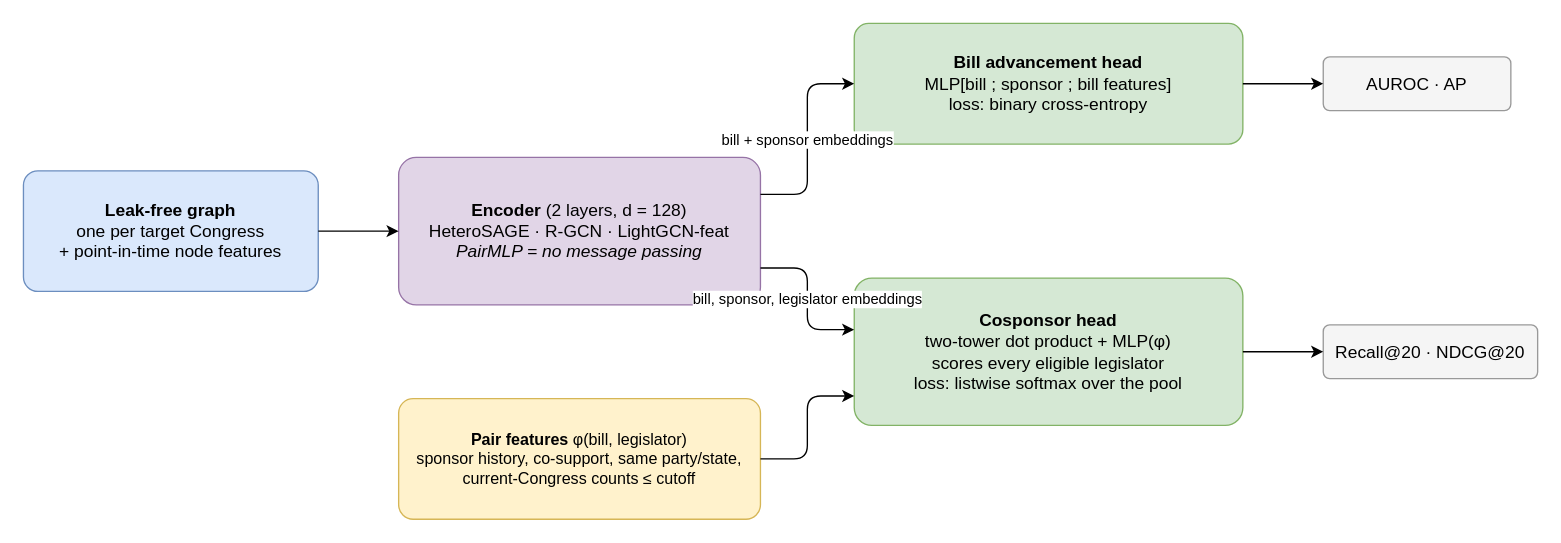
Before: docs/figures/fig_model_pipeline.drawio in AlexRivas502/cs224w-bill-cosponsor-prediction, a draw.io diagram. Source tidied: cells renumbered, new cells numbered last; positions are measured from the earlier drawing's top-left corner, leaving out a move shared by most shapes. Both pictures are drawn from the tidied source at 134%, with x=0, y=0 at pixel (23, 23).
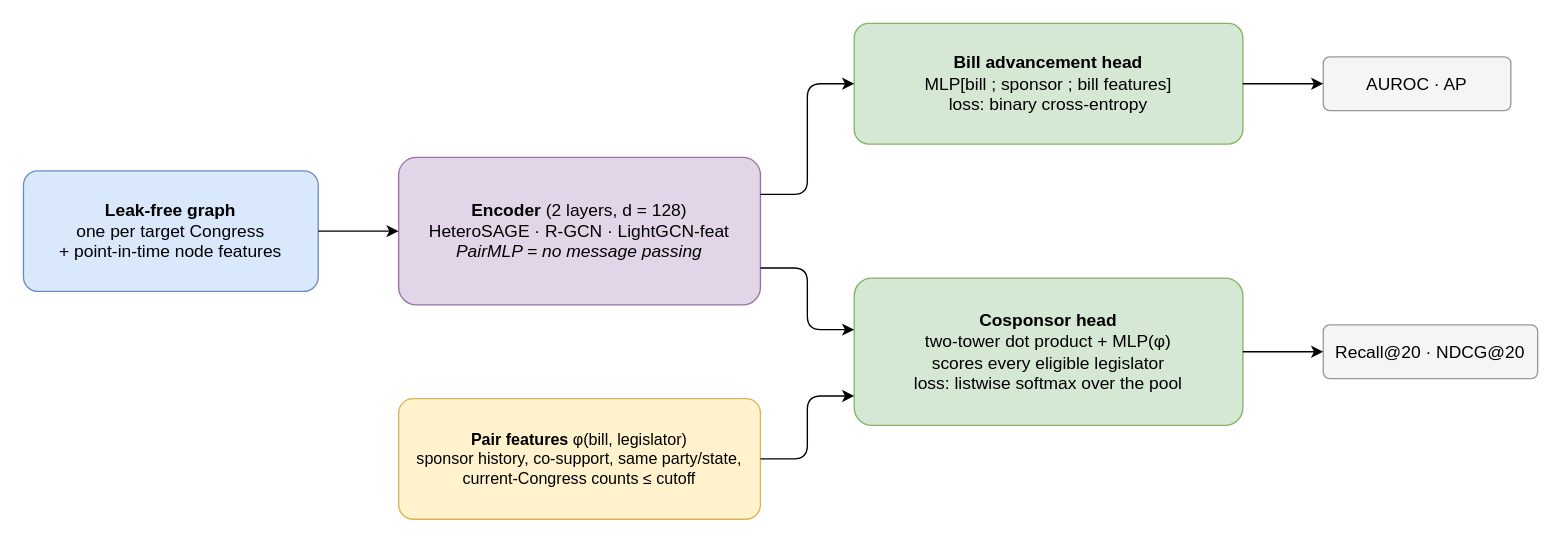
Above is the later version.

What changed in the source:
```diff
@@
 <mxGraphModel>
   <root>
     <mxCell id="0" />
     <mxCell id="1" parent="0" />
     <mxCell id="2" value="&lt;b&gt;Leak-free graph&lt;/b&gt;&lt;br&gt;one per target Congress&lt;br&gt;+ point-in-time node features" style="rounded=1;whiteSpace=wrap;html=1;fontSize=13;arcSize=12;fillColor=#dae8fc;strokeColor=#6c8ebf;" parent="1" vertex="1">
       <mxGeometry y="110" width="220" height="90" as="geometry" />
     </mxCell>
     <mxCell id="3" value="&lt;b&gt;Encoder&lt;/b&gt; (2 layers, d = 128)&lt;br&gt;HeteroSAGE · R-GCN · LightGCN-feat&lt;br&gt;&lt;i&gt;PairMLP = no message passing&lt;/i&gt;" style="rounded=1;whiteSpace=wrap;html=1;fontSize=13;arcSize=12;fillColor=#e1d5e7;strokeColor=#9673a6;" parent="1" vertex="1">
       <mxGeometry x="280" y="100" width="270" height="110" as="geometry" />
     </mxCell>
     <mxCell id="4" value="&lt;b&gt;Pair features&lt;/b&gt; φ(bill, legislator)&lt;br&gt;sponsor history, co-support, same party/state,&lt;br&gt;current-Congress counts ≤ cutoff" style="rounded=1;whiteSpace=wrap;html=1;fontSize=13;arcSize=12;fillColor=#fff2cc;strokeColor=#d6b656;fontSize=12;" parent="1" vertex="1">
       <mxGeometry x="280" y="280" width="270" height="90" as="geometry" />
     </mxCell>
     <mxCell id="5" value="&lt;b&gt;Bill advancement head&lt;/b&gt;&lt;br&gt;MLP[bill ; sponsor ; bill features]&lt;br&gt;loss: binary cross-entropy" style="rounded=1;whiteSpace=wrap;html=1;fontSize=13;arcSize=12;fillColor=#d5e8d4;strokeColor=#82b366;" parent="1" vertex="1">
       <mxGeometry x="620" width="290" height="90" as="geometry" />
     </mxCell>
     <mxCell id="6" value="&lt;b&gt;Cosponsor head&lt;/b&gt;&lt;br&gt;two-tower dot product + MLP(φ)&lt;br&gt;scores every eligible legislator&lt;br&gt;loss: listwise softmax over the pool" style="rounded=1;whiteSpace=wrap;html=1;fontSize=13;arcSize=12;fillColor=#d5e8d4;strokeColor=#82b366;" parent="1" vertex="1">
       <mxGeometry x="620" y="190" width="290" height="110" as="geometry" />
     </mxCell>
     <mxCell id="7" value="AUROC · AP" style="rounded=1;whiteSpace=wrap;html=1;fontSize=13;arcSize=12;fillColor=#f5f5f5;strokeColor=#999999;" parent="1" vertex="1">
       <mxGeometry x="970" y="25" width="140" height="40" as="geometry" />
     </mxCell>
     <mxCell id="8" value="Recall@20 · NDCG@20" style="rounded=1;whiteSpace=wrap;html=1;fontSize=13;arcSize=12;fillColor=#f5f5f5;strokeColor=#999999;" parent="1" vertex="1">
       <mxGeometry x="970" y="225" width="160" height="40" as="geometry" />
     </mxCell>
     <mxCell id="9" style="edgeStyle=orthogonalEdgeStyle;rounded=1;jettySize=auto;html=1;labelBackgroundColor=#ffffff;fontSize=11;endArrow=classic;" parent="1" edge="1" source="2" target="3">
       <mxGeometry relative="1" as="geometry" />
     </mxCell>
-    <mxCell id="10" value="bill + sponsor embeddings" style="edgeStyle=orthogonalEdgeStyle;rounded=1;jettySize=auto;html=1;labelBackgroundColor=#ffffff;fontSize=11;endArrow=classic;exitX=1;exitY=0.25;entryX=0;entryY=0.5;" parent="1" edge="1" source="3" target="5">
+    <mxCell id="10" style="edgeStyle=orthogonalEdgeStyle;rounded=1;jettySize=auto;html=1;labelBackgroundColor=#ffffff;fontSize=11;endArrow=classic;exitX=1;exitY=0.25;entryX=0;entryY=0.5;" parent="1" edge="1" source="3" target="5">
       <mxGeometry relative="1" as="geometry" />
     </mxCell>
-    <mxCell id="11" value="bill, sponsor, legislator embeddings" style="edgeStyle=orthogonalEdgeStyle;rounded=1;jettySize=auto;html=1;labelBackgroundColor=#ffffff;fontSize=11;endArrow=classic;exitX=1;exitY=0.75;entryX=0;entryY=0.35;" parent="1" edge="1" source="3" target="6">
+    <mxCell id="11" style="edgeStyle=orthogonalEdgeStyle;rounded=1;jettySize=auto;html=1;labelBackgroundColor=#ffffff;fontSize=11;endArrow=classic;exitX=1;exitY=0.75;entryX=0;entryY=0.35;" parent="1" edge="1" source="3" target="6">
       <mxGeometry relative="1" as="geometry" />
     </mxCell>
     <mxCell id="12" style="edgeStyle=orthogonalEdgeStyle;rounded=1;jettySize=auto;html=1;labelBackgroundColor=#ffffff;fontSize=11;endArrow=classic;exitX=1;exitY=0.5;entryX=0;entryY=0.8;" parent="1" edge="1" source="4" target="6">
       <mxGeometry relative="1" as="geometry" />
     </mxCell>
     <mxCell id="13" style="edgeStyle=orthogonalEdgeStyle;rounded=1;jettySize=auto;html=1;labelBackgroundColor=#ffffff;fontSize=11;endArrow=classic;" parent="1" edge="1" source="5" target="7">
       <mxGeometry relative="1" as="geometry" />
     </mxCell>
     <mxCell id="14" style="edgeStyle=orthogonalEdgeStyle;rounded=1;jettySize=auto;html=1;labelBackgroundColor=#ffffff;fontSize=11;endArrow=classic;" parent="1" edge="1" source="6" target="8">
       <mxGeometry relative="1" as="geometry" />
     </mxCell>
   </root>
 </mxGraphModel>
```
